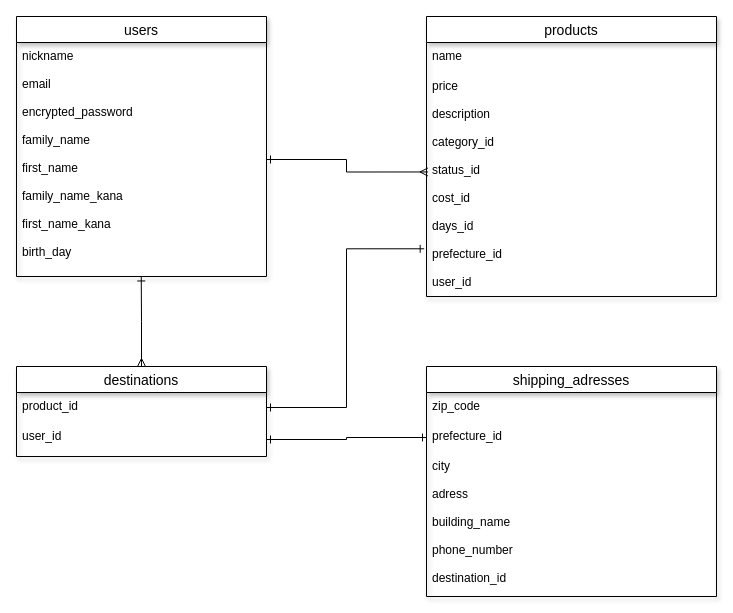
Before: furima.dio in toooooku/furima-34813, a draw.io diagram. Source tidied: cells renumbered, new cells numbered last; positions are measured from the earlier drawing's top-left corner, leaving out a move shared by most shapes. Both pictures are drawn from the tidied source at 100%, with x=0, y=0 at pixel (16, 16).
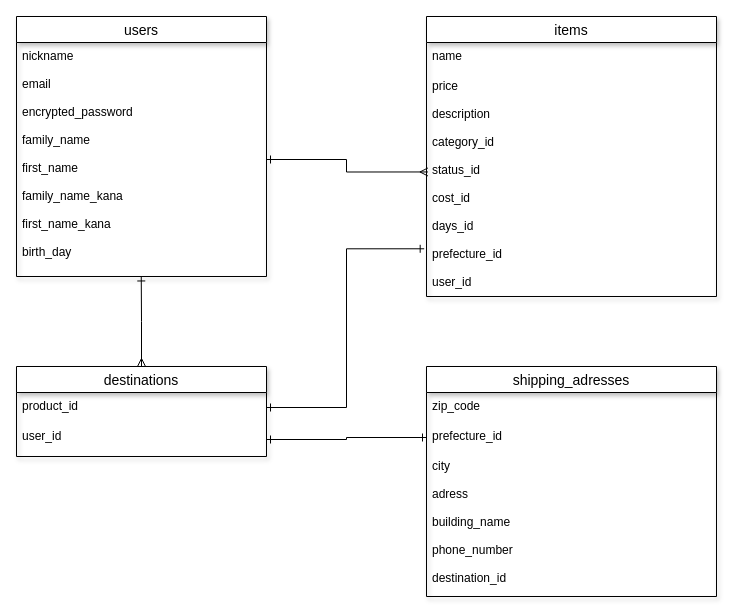
The same page after the edit.

The edit, as a diff of the source:
```diff
@@
 <mxGraphModel>
   <root>
     <mxCell id="0" />
     <mxCell id="1" parent="0" />
     <mxCell id="2" value="users" style="swimlane;fontStyle=0;horizontal=1;startSize=26;align=center;fontSize=14;shadow=1;" parent="1" vertex="1">
       <mxGeometry width="250" height="260" as="geometry" />
     </mxCell>
     <mxCell id="3" value="nickname&#10;&#10;email&#10;&#10;encrypted_password&#10;&#10;family_name&#10;&#10;first_name&#10;&#10;family_name_kana&#10;&#10;first_name_kana&#10;&#10;birth_day&#10;&#10;&#10;&#10;" style="text;strokeColor=none;fillColor=none;spacingLeft=4;spacingRight=4;overflow=hidden;points=[[0,0.5],[1,0.5]];portConstraint=eastwest;fontSize=12;" parent="2" vertex="1">
       <mxGeometry y="26" width="250" height="234" as="geometry" />
     </mxCell>
-    <mxCell id="4" value="products" style="swimlane;fontStyle=0;horizontal=1;startSize=26;align=center;fontSize=14;shadow=1;" parent="1" vertex="1">
+    <mxCell id="4" value="items" style="swimlane;fontStyle=0;horizontal=1;startSize=26;align=center;fontSize=14;shadow=1;" parent="1" vertex="1">
       <mxGeometry x="410" width="290" height="280" as="geometry" />
     </mxCell>
     <mxCell id="5" value="name&#10;" style="text;strokeColor=none;fillColor=none;spacingLeft=4;spacingRight=4;overflow=hidden;fontSize=12;" parent="4" vertex="1">
       <mxGeometry y="26" width="290" height="30" as="geometry" />
     </mxCell>
     <mxCell id="6" value="price&#10;&#10;description&#10;&#10;category_id&#10;&#10;status_id&#10;&#10;cost_id&#10;&#10;days_id&#10;&#10;prefecture_id&#10;&#10;user_id&#10;&#10;" style="text;strokeColor=none;fillColor=none;spacingLeft=4;spacingRight=4;overflow=hidden;points=[[0,0.5],[1,0.5]];portConstraint=eastwest;fontSize=12;" parent="4" vertex="1">
       <mxGeometry y="56" width="290" height="224" as="geometry" />
     </mxCell>
     <mxCell id="7" style="edgeStyle=orthogonalEdgeStyle;rounded=0;jettySize=auto;html=1;exitX=0.5;exitY=0;exitDx=0;exitDy=0;startArrow=ERmany;startFill=0;endArrow=ERone;endFill=0;entryX=0.499;entryY=1.002;entryDx=0;entryDy=0;entryPerimeter=0;" parent="1" edge="1" source="8" target="3">
       <mxGeometry relative="1" as="geometry" />
     </mxCell>
     <mxCell id="8" value="destinations" style="swimlane;fontStyle=0;horizontal=1;startSize=26;align=center;fontSize=14;shadow=1;" parent="1" vertex="1">
       <mxGeometry y="350" width="250" height="90" as="geometry" />
     </mxCell>
     <mxCell id="9" value="product_id" style="text;strokeColor=none;fillColor=none;spacingLeft=4;spacingRight=4;overflow=hidden;points=[[0,0.5],[1,0.5]];portConstraint=eastwest;fontSize=12;" parent="8" vertex="1">
       <mxGeometry y="26" width="250" height="30" as="geometry" />
     </mxCell>
     <mxCell id="10" value="user_id&#10;&#10;" style="text;strokeColor=none;fillColor=none;spacingLeft=4;spacingRight=4;overflow=hidden;points=[[0,0.5],[1,0.5]];portConstraint=eastwest;fontSize=12;" parent="8" vertex="1">
       <mxGeometry y="56" width="250" height="34" as="geometry" />
     </mxCell>
     <mxCell id="11" value="shipping_adresses" style="swimlane;fontStyle=0;horizontal=1;startSize=26;align=center;fontSize=14;shadow=1;" parent="1" vertex="1">
       <mxGeometry x="410" y="350" width="290" height="230" as="geometry" />
     </mxCell>
     <mxCell id="12" value="zip_code&#10;&#10;" style="text;strokeColor=none;fillColor=none;spacingLeft=4;spacingRight=4;overflow=hidden;fontSize=12;" parent="11" vertex="1">
       <mxGeometry y="26" width="290" height="30" as="geometry" />
     </mxCell>
     <mxCell id="13" value="prefecture_id&#10;&#10;" style="text;strokeColor=none;fillColor=none;spacingLeft=4;spacingRight=4;overflow=hidden;points=[[0,0.5],[1,0.5]];portConstraint=eastwest;fontSize=12;" parent="11" vertex="1">
       <mxGeometry y="56" width="290" height="30" as="geometry" />
     </mxCell>
     <mxCell id="14" value="city&#10;&#10;adress&#10;&#10;building_name&#10;&#10;phone_number&#10;&#10;destination_id" style="text;strokeColor=none;fillColor=none;spacingLeft=4;spacingRight=4;overflow=hidden;fontSize=12;" parent="11" vertex="1">
       <mxGeometry y="86" width="290" height="144" as="geometry" />
     </mxCell>
     <mxCell id="15" style="edgeStyle=orthogonalEdgeStyle;rounded=0;jettySize=auto;html=1;exitX=1;exitY=0.5;exitDx=0;exitDy=0;entryX=0.005;entryY=0.444;entryDx=0;entryDy=0;entryPerimeter=0;endArrow=ERmany;endFill=0;startArrow=ERone;startFill=0;" parent="1" edge="1" source="3" target="6">
       <mxGeometry relative="1" as="geometry" />
     </mxCell>
     <mxCell id="16" style="edgeStyle=orthogonalEdgeStyle;rounded=0;jettySize=auto;html=1;entryX=0;entryY=0.5;entryDx=0;entryDy=0;startArrow=ERone;startFill=0;endArrow=ERone;endFill=0;" parent="1" edge="1" source="10" target="13">
       <mxGeometry relative="1" as="geometry" />
     </mxCell>
     <mxCell id="17" style="edgeStyle=orthogonalEdgeStyle;rounded=0;jettySize=auto;html=1;entryX=-0.008;entryY=0.787;entryDx=0;entryDy=0;entryPerimeter=0;startArrow=ERone;startFill=0;endArrow=ERone;endFill=0;" parent="1" edge="1" source="9" target="6">
       <mxGeometry relative="1" as="geometry" />
     </mxCell>
   </root>
 </mxGraphModel>
```
